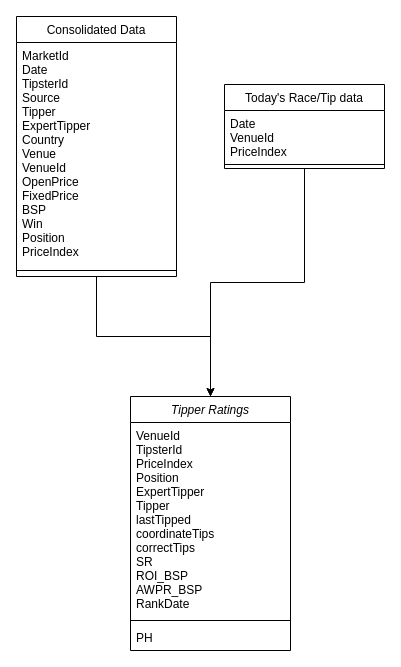
zwjjoy/books-1 keeps this draw.io diagram as page "Tipper_Ratings" (2 of 4) of Untitled Diagram.drawio. Above is the earlier version. Source tidied: cells renumbered, new cells numbered last; positions are measured from the earlier drawing's top-left corner, leaving out a move shared by most shapes. Both pictures are drawn from the tidied source at 100%, with x=0, y=0 at pixel (16, 16).
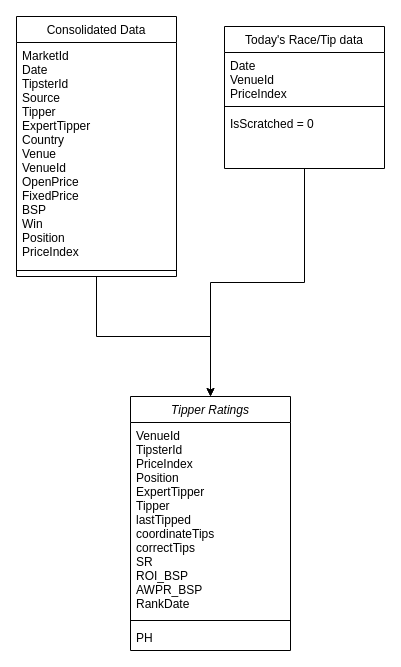
The same diagram, later.

What changed in the source:
```diff
@@
 <mxGraphModel>
   <root>
     <mxCell id="0" />
     <mxCell id="1" parent="0" />
     <mxCell id="2" value="Tipper Ratings" style="swimlane;fontStyle=2;align=center;verticalAlign=top;horizontal=1;startSize=26;rounded=0;shadow=0;strokeWidth=1;" parent="1" vertex="1">
       <mxGeometry x="114" y="380" width="160" height="254" as="geometry" />
     </mxCell>
     <mxCell id="3" value="VenueId&#10;TipsterId&#10;PriceIndex&#10;Position&#10;ExpertTipper&#10;Tipper&#10;lastTipped&#10;coordinateTips&#10;correctTips&#10;SR&#10;ROI_BSP&#10;AWPR_BSP&#10;RankDate" style="text;align=left;verticalAlign=top;spacingLeft=4;spacingRight=4;overflow=hidden;" parent="2" vertex="1">
       <mxGeometry y="26" width="160" height="194" as="geometry" />
     </mxCell>
     <mxCell id="4" style="line;html=1;strokeWidth=1;align=left;verticalAlign=middle;spacingTop=-1;spacingLeft=3;spacingRight=3;labelPosition=right;" parent="2" vertex="1">
       <mxGeometry y="220" width="160" height="8" as="geometry" />
     </mxCell>
     <mxCell id="5" value="PH" style="text;align=left;verticalAlign=top;spacingLeft=4;spacingRight=4;overflow=hidden;" parent="2" vertex="1">
       <mxGeometry y="228" width="160" height="26" as="geometry" />
     </mxCell>
     <mxCell id="6" style="edgeStyle=orthogonalEdgeStyle;rounded=0;jettySize=auto;html=1;fontColor=#FF3333;" parent="1" edge="1" source="7" target="2">
       <mxGeometry relative="1" as="geometry" />
     </mxCell>
     <mxCell id="7" value="Consolidated Data" style="swimlane;fontStyle=0;align=center;verticalAlign=top;horizontal=1;startSize=26;rounded=0;shadow=0;strokeWidth=1;" parent="1" vertex="1">
       <mxGeometry width="160" height="260" as="geometry" />
     </mxCell>
     <mxCell id="8" value="MarketId&#10;Date&#10;TipsterId&#10;Source&#10;Tipper&#10;ExpertTipper&#10;Country&#10;Venue&#10;VenueId&#10;OpenPrice&#10;FixedPrice&#10;BSP&#10;Win&#10;Position&#10;PriceIndex" style="text;align=left;verticalAlign=top;spacingLeft=4;spacingRight=4;overflow=hidden;spacingTop=0;spacing=2;spacingBottom=4;" parent="7" vertex="1">
       <mxGeometry y="26" width="160" height="224" as="geometry" />
     </mxCell>
     <mxCell id="9" style="line;html=1;strokeWidth=1;align=left;verticalAlign=middle;spacingTop=-1;spacingLeft=3;spacingRight=3;labelPosition=right;" parent="7" vertex="1">
       <mxGeometry y="250" width="160" height="8" as="geometry" />
     </mxCell>
     <mxCell id="10" style="edgeStyle=orthogonalEdgeStyle;rounded=0;jettySize=auto;html=1;entryX=0.5;entryY=0;entryDx=0;entryDy=0;fontColor=#FF3333;" parent="1" edge="1" source="11" target="2">
       <mxGeometry relative="1" as="geometry" />
     </mxCell>
     <mxCell id="11" value="Today's Race/Tip data" style="swimlane;fontStyle=0;align=center;verticalAlign=top;horizontal=1;startSize=26;rounded=0;shadow=0;strokeWidth=1;" parent="1" vertex="1">
-      <mxGeometry x="208" y="68" width="160" height="84" as="geometry" />
+      <mxGeometry x="208" y="10" width="160" height="142" as="geometry" />
     </mxCell>
     <mxCell id="12" value="Date&#10;VenueId&#10;PriceIndex" style="text;align=left;verticalAlign=top;spacingLeft=4;spacingRight=4;overflow=hidden;" parent="11" vertex="1">
       <mxGeometry y="26" width="160" height="50" as="geometry" />
     </mxCell>
     <mxCell id="13" style="line;html=1;strokeWidth=1;align=left;verticalAlign=middle;spacingTop=-1;spacingLeft=3;spacingRight=3;labelPosition=right;" parent="11" vertex="1">
       <mxGeometry y="76" width="160" height="8" as="geometry" />
     </mxCell>
+    <mxCell id="14" value="IsScratched = 0" style="text;align=left;verticalAlign=top;spacingLeft=4;spacingRight=4;overflow=hidden;" parent="11" vertex="1">
+      <mxGeometry y="84" width="160" height="50" as="geometry" />
+    </mxCell>
   </root>
 </mxGraphModel>
```
